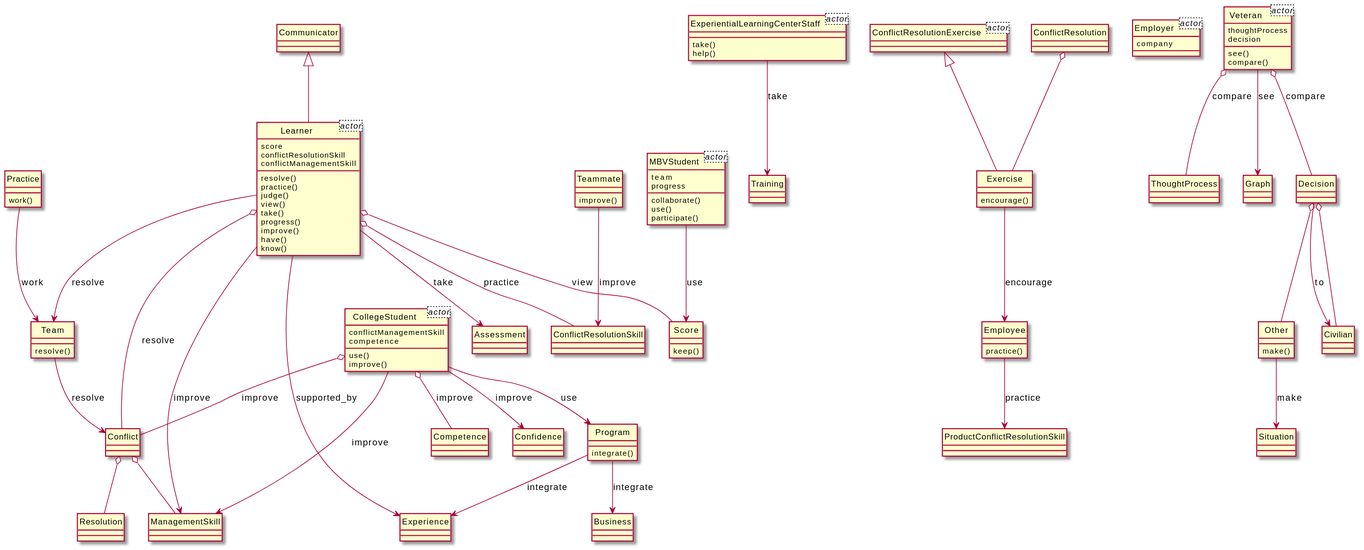
Before: output/diagram_5/2015-USC-Project04.svg, a diagram exported from PlantUML (xixixhalu/DomainModelExtractor).
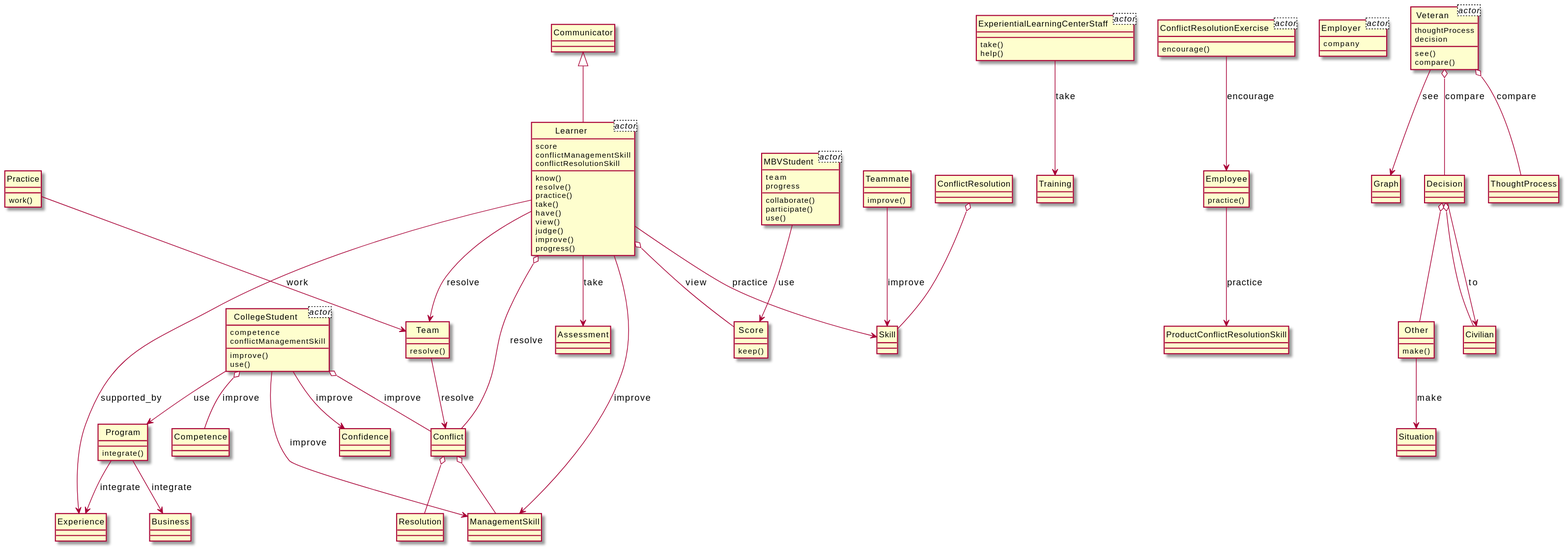
The same diagram one commit later.

The edit, as a diff of the source:
```diff
@@ -2,14 +2,14 @@
 hide circle
 class Learner<actor> {
 	score
+	conflictManagementSkill
 	conflictResolutionSkill
-	conflictManagementSkill
 }
 class ExperientialLearningCenterStaff<actor> {
 }
 class CollegeStudent<actor> {
+	competence
 	conflictManagementSkill
-	competence
 }
 class MBVStudent<actor> {
 	team
@@ -28,123 +28,120 @@
 }
 class Resolution {
 }
-class Exercise {
-	encourage()
+class Skill {
 }
 class Other {
 	make()
 }
 class Civilian {
 }
-class Learner {
-	resolve()
+class Employee {
 	practice()
-	judge()
-	view()
-	take()
-	progress()
-	improve()
-	have()
-	know()
 }
-class Team {
-	resolve()
+class ProductConflictResolutionSkill {
 }
-class Practice {
-	work()
+class ConflictResolutionExercise {
+	encourage()
 }
 class Veteran {
 	see()
 	compare()
 }
-class ThoughtProcess {
-}
 class Graph {
 }
-class Assessment {
-}
-class Conflict {
-}
-class ConflictResolutionSkill {
-}
 class CollegeStudent {
+	improve()
 	use()
-	improve()
-}
-class Competence {
-}
-class Teammate {
-	improve()
-}
-class Decision {
-}
-class Employee {
-	practice()
 }
 class Program {
 	integrate()
 }
-class Experience {
-}
-class Score {
-	keep()
-}
 class MBVStudent {
 	collaborate()
+	participate()
 	use()
-	participate()
+}
+class Decision {
 }
 class ExperientialLearningCenterStaff {
 	take()
 	help()
 }
-class ProductConflictResolutionSkill {
+class Learner {
+	know()
+	resolve()
+	practice()
+	take()
+	have()
+	view()
+	judge()
+	improve()
+	progress()
+}
+class Team {
+	resolve()
+}
+class Assessment {
+}
+class Situation {
+}
+class Score {
+	keep()
+}
+class Experience {
+}
+class Conflict {
+}
+class Business {
 }
 class Confidence {
 }
-class Situation {
+class Training {
 }
-class Business {
+class Teammate {
+	improve()
 }
-class Training {
+class Practice {
+	work()
+}
+class Competence {
+}
+class ThoughtProcess {
+}
+class Communicator {
 }
 class ConflictResolution {
 }
-class ConflictResolutionExercise {
-}
-class Communicator {
-}
-Learner --> Team : resolve
-Practice --> Team : work
-Program --> Business : integrate
-ExperientialLearningCenterStaff --> Training : take
-Learner --> ManagementSkill : improve
-Exercise --> Employee : encourage
-ConflictResolutionExercise <|-- Exercise
-Veteran o-- ThoughtProcess : compare
+Employee --> ProductConflictResolutionSkill : practice
 CollegeStudent --> ManagementSkill : improve
 Conflict o-- ManagementSkill
+CollegeStudent o-- Conflict : improve
+Learner o-- Conflict : resolve
+ConflictResolutionExercise --> Employee : encourage
+Veteran o-- ThoughtProcess : compare
+Communicator <|-- Learner
 Veteran --> Graph : see
+Program --> Business : integrate
+Conflict o-- Resolution
+Decision o-- Other
+CollegeStudent --> Confidence : improve
+Decision o-- Civilian
+CollegeStudent --> Program : use
+Learner --> Experience : supported_by
+ConflictResolution o-- Skill
+Learner o-- Score : view
+Veteran o-- Decision : compare
+ExperientialLearningCenterStaff --> Training : take
+Decision --> Civilian : to
+Practice --> Team : work
+Teammate --> Skill : improve
+Learner --> Team : resolve
+Learner --> Skill : practice
+Learner --> Assessment : take
+MBVStudent --> Score : use
+Learner --> ManagementSkill : improve
+Other --> Situation : make
+CollegeStudent o-- Competence : improve
 Program --> Experience : integrate
-Communicator <|-- Learner
-Learner --> Assessment : take
-Learner o-- Conflict : resolve
-Learner --> Experience : supported_by
-Learner o-- Score : view
-Decision o-- Other
-Decision --> Civilian : to
-ConflictResolution o-- Exercise
-Conflict o-- Resolution
-Learner o-- ConflictResolutionSkill : practice
-Decision o-- Civilian
 Team --> Conflict : resolve
-Employee --> ProductConflictResolutionSkill : practice
-CollegeStudent o-- Competence : improve
-CollegeStudent --> Confidence : improve
-CollegeStudent o-- Conflict : improve
-MBVStudent --> Score : use
-CollegeStudent --> Program : use
-Teammate --> ConflictResolutionSkill : improve
-Veteran o-- Decision : compare
-Other --> Situation : make
 @enduml
```
